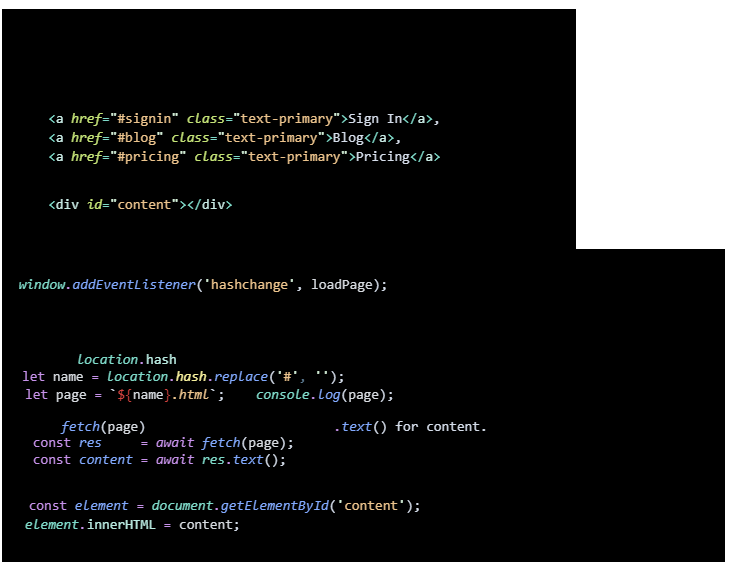
This is assets/17-15.drawio.png from harrisjunaid/MITxPRO-MERN-MODULE-17, a draw.io export, as it was before one commit. Source tidied: cells renumbered, new cells last; positions are measured from the earlier drawing's top-left corner, leaving out a move shared by most shapes.
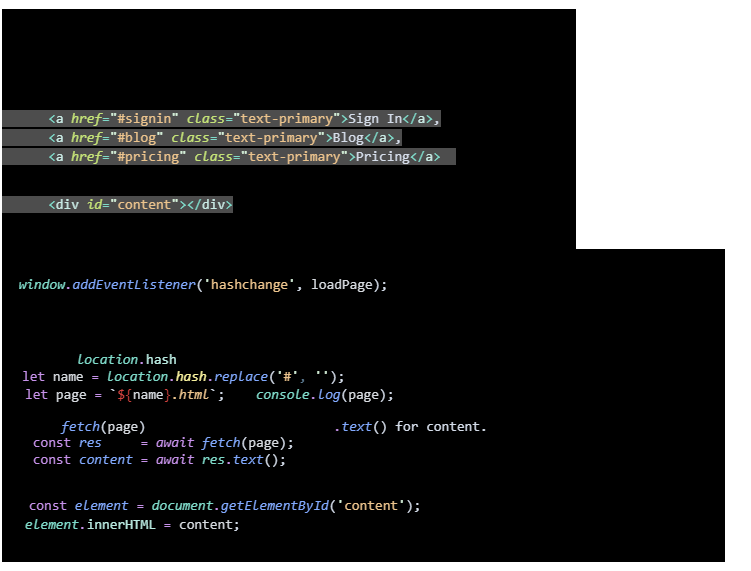
The same diagram one commit later.

The edit, as a diff of the source:
```diff
@@ -4,3 +4,3 @@
     <mxCell id="1" parent="0" />
-    <mxCell id="2" value="Route content within the page:&lt;br&gt;&lt;span style=&quot;&quot;&gt;&#9;&lt;/span&gt;-&amp;nbsp;&amp;nbsp;Using buttons and onClick events.&lt;br&gt;&lt;span style=&quot;&quot;&gt;&#9;&lt;/span&gt;-&amp;nbsp; Using links.&lt;br&gt;&lt;br&gt;All pages are loaded using links through index.html page. This page is loaded by default through the server.&amp;nbsp;&lt;br&gt;&lt;br&gt;The links in this example are for '&amp;gt;Sign in&amp;lt;' , '&amp;gt;Blog&amp;lt;', and&amp;nbsp;'&amp;gt;Pricing&amp;lt;'.&lt;br&gt;&lt;div style=&quot;color: rgb(214, 222, 235); font-family: Consolas, &amp;quot;Courier New&amp;quot;, monospace; font-size: 14px; line-height: 19px;&quot;&gt;&lt;div&gt;&amp;nbsp; &amp;nbsp; &amp;nbsp; &lt;span style=&quot;color: #7fdbca;&quot;&gt;&amp;lt;&lt;/span&gt;&lt;span style=&quot;color: #caece6;&quot;&gt;a&lt;/span&gt;&lt;span style=&quot;color: #7fdbca;&quot;&gt; &lt;/span&gt;&lt;span style=&quot;color: #c5e478;font-style: italic;&quot;&gt;href&lt;/span&gt;&lt;span style=&quot;color: #7fdbca;&quot;&gt;=&lt;/span&gt;&lt;span style=&quot;color: #d9f5dd;&quot;&gt;&quot;&lt;/span&gt;&lt;span style=&quot;color: #ecc48d;&quot;&gt;#signin&lt;/span&gt;&lt;span style=&quot;color: #d9f5dd;&quot;&gt;&quot;&lt;/span&gt;&lt;span style=&quot;color: #7fdbca;&quot;&gt; &lt;/span&gt;&lt;span style=&quot;color: #c5e478;font-style: italic;&quot;&gt;class&lt;/span&gt;&lt;span style=&quot;color: #7fdbca;&quot;&gt;=&lt;/span&gt;&lt;span style=&quot;color: #d9f5dd;&quot;&gt;&quot;&lt;/span&gt;&lt;span style=&quot;color: #ecc48d;&quot;&gt;text-primary&lt;/span&gt;&lt;span style=&quot;color: #d9f5dd;&quot;&gt;&quot;&lt;/span&gt;&lt;span style=&quot;color: #7fdbca;&quot;&gt;&amp;gt;&lt;/span&gt;Sign In&lt;span style=&quot;color: #7fdbca;&quot;&gt;&amp;lt;/&lt;/span&gt;&lt;span style=&quot;color: #caece6;&quot;&gt;a&lt;/span&gt;&lt;span style=&quot;color: #7fdbca;&quot;&gt;&amp;gt;&lt;/span&gt;, &lt;/div&gt;&lt;div&gt;&amp;nbsp; &amp;nbsp; &amp;nbsp; &lt;span style=&quot;color: #7fdbca;&quot;&gt;&amp;lt;&lt;/span&gt;&lt;span style=&quot;color: #caece6;&quot;&gt;a&lt;/span&gt;&lt;span style=&quot;color: #7fdbca;&quot;&gt; &lt;/span&gt;&lt;span style=&quot;color: #c5e478;font-style: italic;&quot;&gt;href&lt;/span&gt;&lt;span style=&quot;color: #7fdbca;&quot;&gt;=&lt;/span&gt;&lt;span style=&quot;color: #d9f5dd;&quot;&gt;&quot;&lt;/span&gt;&lt;span style=&quot;color: #ecc48d;&quot;&gt;#blog&lt;/span&gt;&lt;span style=&quot;color: #d9f5dd;&quot;&gt;&quot;&lt;/span&gt;&lt;span style=&quot;color: #7fdbca;&quot;&gt; &lt;/span&gt;&lt;span style=&quot;color: #c5e478;font-style: italic;&quot;&gt;class&lt;/span&gt;&lt;span style=&quot;color: #7fdbca;&quot;&gt;=&lt;/span&gt;&lt;span style=&quot;color: #d9f5dd;&quot;&gt;&quot;&lt;/span&gt;&lt;span style=&quot;color: #ecc48d;&quot;&gt;text-primary&lt;/span&gt;&lt;span style=&quot;color: #d9f5dd;&quot;&gt;&quot;&lt;/span&gt;&lt;span style=&quot;color: #7fdbca;&quot;&gt;&amp;gt;&lt;/span&gt;Blog&lt;span style=&quot;color: #7fdbca;&quot;&gt;&amp;lt;/&lt;/span&gt;&lt;span style=&quot;color: #caece6;&quot;&gt;a&lt;/span&gt;&lt;span style=&quot;color: #7fdbca;&quot;&gt;&amp;gt;&lt;/span&gt;, &lt;/div&gt;&lt;div&gt;&amp;nbsp; &amp;nbsp; &amp;nbsp; &lt;span style=&quot;color: #7fdbca;&quot;&gt;&amp;lt;&lt;/span&gt;&lt;span style=&quot;color: #caece6;&quot;&gt;a&lt;/span&gt;&lt;span style=&quot;color: #7fdbca;&quot;&gt; &lt;/span&gt;&lt;span style=&quot;color: #c5e478;font-style: italic;&quot;&gt;href&lt;/span&gt;&lt;span style=&quot;color: #7fdbca;&quot;&gt;=&lt;/span&gt;&lt;span style=&quot;color: #d9f5dd;&quot;&gt;&quot;&lt;/span&gt;&lt;span style=&quot;color: #ecc48d;&quot;&gt;#pricing&lt;/span&gt;&lt;span style=&quot;color: #d9f5dd;&quot;&gt;&quot;&lt;/span&gt;&lt;span style=&quot;color: #7fdbca;&quot;&gt; &lt;/span&gt;&lt;span style=&quot;color: #c5e478;font-style: italic;&quot;&gt;class&lt;/span&gt;&lt;span style=&quot;color: #7fdbca;&quot;&gt;=&lt;/span&gt;&lt;span style=&quot;color: #d9f5dd;&quot;&gt;&quot;&lt;/span&gt;&lt;span style=&quot;color: #ecc48d;&quot;&gt;text-primary&lt;/span&gt;&lt;span style=&quot;color: #d9f5dd;&quot;&gt;&quot;&lt;/span&gt;&lt;span style=&quot;color: #7fdbca;&quot;&gt;&amp;gt;&lt;/span&gt;Pricing&lt;span style=&quot;color: #7fdbca;&quot;&gt;&amp;lt;/&lt;/span&gt;&lt;span style=&quot;color: #caece6;&quot;&gt;a&lt;/span&gt;&lt;span style=&quot;color: #7fdbca;&quot;&gt;&amp;gt;&lt;/span&gt; &amp;nbsp;&lt;/div&gt;&lt;div&gt;&lt;/div&gt;&lt;/div&gt;&lt;br&gt;Placeholder for loaded page's content is a div with id &quot;content&quot;.&lt;br&gt;&lt;div style=&quot;color: rgb(214, 222, 235); font-family: Consolas, &amp;quot;Courier New&amp;quot;, monospace; font-size: 14px; line-height: 19px;&quot;&gt;&lt;div&gt;&amp;nbsp; &amp;nbsp; &amp;nbsp; &lt;span style=&quot;color: #7fdbca;&quot;&gt;&amp;lt;&lt;/span&gt;&lt;span style=&quot;color: #caece6;&quot;&gt;div&lt;/span&gt;&lt;span style=&quot;color: #7fdbca;&quot;&gt; &lt;/span&gt;&lt;span style=&quot;color: #c5e478;font-style: italic;&quot;&gt;id&lt;/span&gt;&lt;span style=&quot;color: #7fdbca;&quot;&gt;=&lt;/span&gt;&lt;span style=&quot;color: #d9f5dd;&quot;&gt;&quot;&lt;/span&gt;&lt;span style=&quot;color: #ecc48d;&quot;&gt;content&lt;/span&gt;&lt;span style=&quot;color: #d9f5dd;&quot;&gt;&quot;&lt;/span&gt;&lt;span style=&quot;color: #7fdbca;&quot;&gt;&amp;gt;&amp;lt;/&lt;/span&gt;&lt;span style=&quot;color: #caece6;&quot;&gt;div&lt;/span&gt;&lt;span style=&quot;color: #7fdbca;&quot;&gt;&amp;gt;&lt;/span&gt;&lt;/div&gt;&lt;div&gt;&lt;span style=&quot;color: #7fdbca;&quot;&gt;&lt;br&gt;&lt;/span&gt;&lt;/div&gt;&lt;div&gt;&lt;span style=&quot;color: #7fdbca;&quot;&gt;&lt;br&gt;&lt;/span&gt;&lt;/div&gt;&lt;div&gt;&lt;/div&gt;&lt;/div&gt;" style="text;html=1;align=left;verticalAlign=middle;fillColor=none;labelBackgroundColor=#000000;" parent="1" vertex="1">
+    <mxCell id="2" value="Route content within the page:&lt;br&gt;&lt;span style=&quot;&quot;&gt;&#9;&lt;/span&gt;-&amp;nbsp;&amp;nbsp;Using buttons and onClick events.&lt;br&gt;&lt;span style=&quot;&quot;&gt;&#9;&lt;/span&gt;-&amp;nbsp; Using links.&lt;br&gt;&lt;br&gt;All pages are loaded using links through index.html page. This page is loaded by default through the server.&amp;nbsp;&lt;br&gt;&lt;br&gt;The links in this example are for '&amp;gt;Sign in&amp;lt;' , '&amp;gt;Blog&amp;lt;', and&amp;nbsp;'&amp;gt;Pricing&amp;lt;'.&lt;br&gt;&lt;div style=&quot;color: rgb(214, 222, 235); font-family: Consolas, &amp;quot;Courier New&amp;quot;, monospace; font-size: 14px; line-height: 19px;&quot;&gt;&lt;div&gt;&lt;span style=&quot;background-color: rgb(77, 77, 77);&quot;&gt;&amp;nbsp; &amp;nbsp; &amp;nbsp; &lt;span style=&quot;color: #7fdbca;&quot;&gt;&amp;lt;&lt;/span&gt;&lt;span style=&quot;color: #caece6;&quot;&gt;a&lt;/span&gt;&lt;span style=&quot;color: #7fdbca;&quot;&gt; &lt;/span&gt;&lt;span style=&quot;color: #c5e478;font-style: italic;&quot;&gt;href&lt;/span&gt;&lt;span style=&quot;color: #7fdbca;&quot;&gt;=&lt;/span&gt;&lt;span style=&quot;color: #d9f5dd;&quot;&gt;&quot;&lt;/span&gt;&lt;span style=&quot;color: #ecc48d;&quot;&gt;#signin&lt;/span&gt;&lt;span style=&quot;color: #d9f5dd;&quot;&gt;&quot;&lt;/span&gt;&lt;span style=&quot;color: #7fdbca;&quot;&gt; &lt;/span&gt;&lt;span style=&quot;color: #c5e478;font-style: italic;&quot;&gt;class&lt;/span&gt;&lt;span style=&quot;color: #7fdbca;&quot;&gt;=&lt;/span&gt;&lt;span style=&quot;color: #d9f5dd;&quot;&gt;&quot;&lt;/span&gt;&lt;span style=&quot;color: #ecc48d;&quot;&gt;text-primary&lt;/span&gt;&lt;span style=&quot;color: #d9f5dd;&quot;&gt;&quot;&lt;/span&gt;&lt;span style=&quot;color: #7fdbca;&quot;&gt;&amp;gt;&lt;/span&gt;Sign In&lt;span style=&quot;color: #7fdbca;&quot;&gt;&amp;lt;/&lt;/span&gt;&lt;span style=&quot;color: #caece6;&quot;&gt;a&lt;/span&gt;&lt;span style=&quot;color: #7fdbca;&quot;&gt;&amp;gt;&lt;/span&gt;, &lt;/span&gt;&lt;/div&gt;&lt;div&gt;&lt;span style=&quot;background-color: rgb(77, 77, 77);&quot;&gt;&amp;nbsp; &amp;nbsp; &amp;nbsp; &lt;span style=&quot;color: #7fdbca;&quot;&gt;&amp;lt;&lt;/span&gt;&lt;span style=&quot;color: #caece6;&quot;&gt;a&lt;/span&gt;&lt;span style=&quot;color: #7fdbca;&quot;&gt; &lt;/span&gt;&lt;span style=&quot;color: #c5e478;font-style: italic;&quot;&gt;href&lt;/span&gt;&lt;span style=&quot;color: #7fdbca;&quot;&gt;=&lt;/span&gt;&lt;span style=&quot;color: #d9f5dd;&quot;&gt;&quot;&lt;/span&gt;&lt;span style=&quot;color: #ecc48d;&quot;&gt;#blog&lt;/span&gt;&lt;span style=&quot;color: #d9f5dd;&quot;&gt;&quot;&lt;/span&gt;&lt;span style=&quot;color: #7fdbca;&quot;&gt; &lt;/span&gt;&lt;span style=&quot;color: #c5e478;font-style: italic;&quot;&gt;class&lt;/span&gt;&lt;span style=&quot;color: #7fdbca;&quot;&gt;=&lt;/span&gt;&lt;span style=&quot;color: #d9f5dd;&quot;&gt;&quot;&lt;/span&gt;&lt;span style=&quot;color: #ecc48d;&quot;&gt;text-primary&lt;/span&gt;&lt;span style=&quot;color: #d9f5dd;&quot;&gt;&quot;&lt;/span&gt;&lt;span style=&quot;color: #7fdbca;&quot;&gt;&amp;gt;&lt;/span&gt;Blog&lt;span style=&quot;color: #7fdbca;&quot;&gt;&amp;lt;/&lt;/span&gt;&lt;span style=&quot;color: #caece6;&quot;&gt;a&lt;/span&gt;&lt;span style=&quot;color: #7fdbca;&quot;&gt;&amp;gt;&lt;/span&gt;, &lt;/span&gt;&lt;/div&gt;&lt;div&gt;&lt;span style=&quot;background-color: rgb(77, 77, 77);&quot;&gt;&amp;nbsp; &amp;nbsp; &amp;nbsp; &lt;span style=&quot;color: #7fdbca;&quot;&gt;&amp;lt;&lt;/span&gt;&lt;span style=&quot;color: #caece6;&quot;&gt;a&lt;/span&gt;&lt;span style=&quot;color: #7fdbca;&quot;&gt; &lt;/span&gt;&lt;span style=&quot;color: #c5e478;font-style: italic;&quot;&gt;href&lt;/span&gt;&lt;span style=&quot;color: #7fdbca;&quot;&gt;=&lt;/span&gt;&lt;span style=&quot;color: #d9f5dd;&quot;&gt;&quot;&lt;/span&gt;&lt;span style=&quot;color: #ecc48d;&quot;&gt;#pricing&lt;/span&gt;&lt;span style=&quot;color: #d9f5dd;&quot;&gt;&quot;&lt;/span&gt;&lt;span style=&quot;color: #7fdbca;&quot;&gt; &lt;/span&gt;&lt;span style=&quot;color: #c5e478;font-style: italic;&quot;&gt;class&lt;/span&gt;&lt;span style=&quot;color: #7fdbca;&quot;&gt;=&lt;/span&gt;&lt;span style=&quot;color: #d9f5dd;&quot;&gt;&quot;&lt;/span&gt;&lt;span style=&quot;color: #ecc48d;&quot;&gt;text-primary&lt;/span&gt;&lt;span style=&quot;color: #d9f5dd;&quot;&gt;&quot;&lt;/span&gt;&lt;span style=&quot;color: #7fdbca;&quot;&gt;&amp;gt;&lt;/span&gt;Pricing&lt;span style=&quot;color: #7fdbca;&quot;&gt;&amp;lt;/&lt;/span&gt;&lt;span style=&quot;color: #caece6;&quot;&gt;a&lt;/span&gt;&lt;span style=&quot;color: #7fdbca;&quot;&gt;&amp;gt;&lt;/span&gt; &amp;nbsp;&lt;/span&gt;&lt;/div&gt;&lt;div&gt;&lt;/div&gt;&lt;/div&gt;&lt;br&gt;Placeholder for loaded page's content is a div with id &quot;content&quot;.&lt;br&gt;&lt;div style=&quot;color: rgb(214, 222, 235); font-family: Consolas, &amp;quot;Courier New&amp;quot;, monospace; font-size: 14px; line-height: 19px;&quot;&gt;&lt;div&gt;&lt;span style=&quot;background-color: rgb(77, 77, 77);&quot;&gt;&amp;nbsp; &amp;nbsp; &amp;nbsp; &lt;span style=&quot;color: #7fdbca;&quot;&gt;&amp;lt;&lt;/span&gt;&lt;span style=&quot;color: #caece6;&quot;&gt;div&lt;/span&gt;&lt;span style=&quot;color: #7fdbca;&quot;&gt; &lt;/span&gt;&lt;span style=&quot;color: #c5e478;font-style: italic;&quot;&gt;id&lt;/span&gt;&lt;span style=&quot;color: #7fdbca;&quot;&gt;=&lt;/span&gt;&lt;span style=&quot;color: #d9f5dd;&quot;&gt;&quot;&lt;/span&gt;&lt;span style=&quot;color: #ecc48d;&quot;&gt;content&lt;/span&gt;&lt;span style=&quot;color: #d9f5dd;&quot;&gt;&quot;&lt;/span&gt;&lt;span style=&quot;color: #7fdbca;&quot;&gt;&amp;gt;&amp;lt;/&lt;/span&gt;&lt;span style=&quot;color: #caece6;&quot;&gt;div&lt;/span&gt;&lt;span style=&quot;color: #7fdbca;&quot;&gt;&amp;gt;&lt;/span&gt;&lt;/span&gt;&lt;/div&gt;&lt;div&gt;&lt;span style=&quot;color: #7fdbca;&quot;&gt;&lt;br&gt;&lt;/span&gt;&lt;/div&gt;&lt;div&gt;&lt;span style=&quot;color: #7fdbca;&quot;&gt;&lt;br&gt;&lt;/span&gt;&lt;/div&gt;&lt;div&gt;&lt;/div&gt;&lt;/div&gt;" style="text;html=1;align=left;verticalAlign=middle;fillColor=none;labelBackgroundColor=#000000;" parent="1" vertex="1">
       <mxGeometry width="600" height="260" as="geometry" />
```
